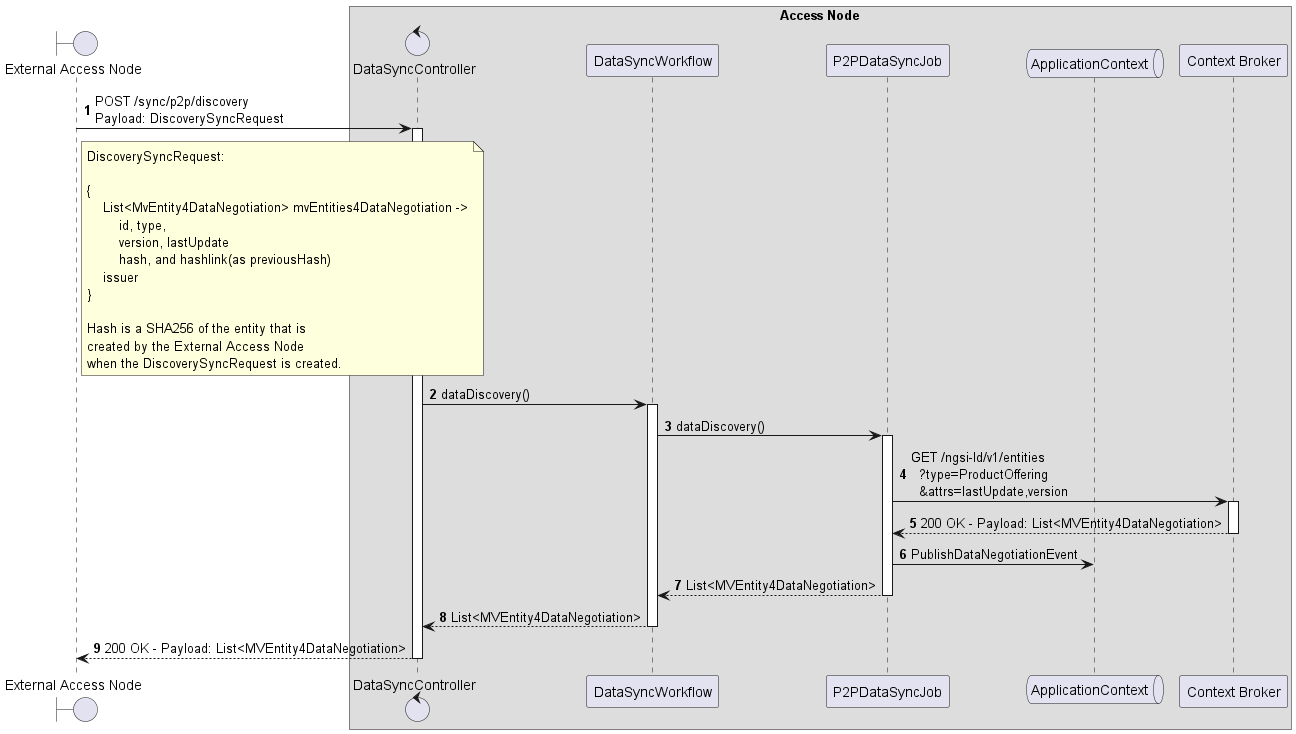
Earlier version of the PlantUML export desmos-tech-doc/images/p2p-sync-discovery-local.png (in2workspace/in2-guides). Source of this version:
```plantuml
@startuml


autonumber


boundary "External Access Node" as ean

box "Access Node"

  control "DataSyncController" as data_sync_Controller
  participant "DataSyncWorkflow" as p2p_data_sync_workflow
  participant "P2PDataSyncJob" as p2p_data_sync_job
  queue "ApplicationContext" as ac
  participant "Context Broker" as cb

end box


ean -> data_sync_Controller++: POST /sync/p2p/discovery \nPayload: DiscoverySyncRequest

note right of ean
    DiscoverySyncRequest:

    {
        List<MvEntity4DataNegotiation> mvEntities4DataNegotiation ->
            id, type,
            version, lastUpdate
            hash, and hashlink(as previousHash)
        issuer
    }

    Hash is a SHA256 of the entity that is
    created by the External Access Node
    when the DiscoverySyncRequest is created.
end note

    data_sync_Controller -> p2p_data_sync_workflow++: dataDiscovery()
        p2p_data_sync_workflow -> p2p_data_sync_job++: dataDiscovery()
            p2p_data_sync_job -> cb++: GET /ngsi-ld/v1/entities\n  ?type=ProductOffering\n  &attrs=lastUpdate,version
            return 200 OK - Payload: List<MVEntity4DataNegotiation>
            p2p_data_sync_job -> ac: PublishDataNegotiationEvent
        return List<MVEntity4DataNegotiation>
    return List<MVEntity4DataNegotiation>
return 200 OK - Payload: List<MVEntity4DataNegotiation>

@enduml
```
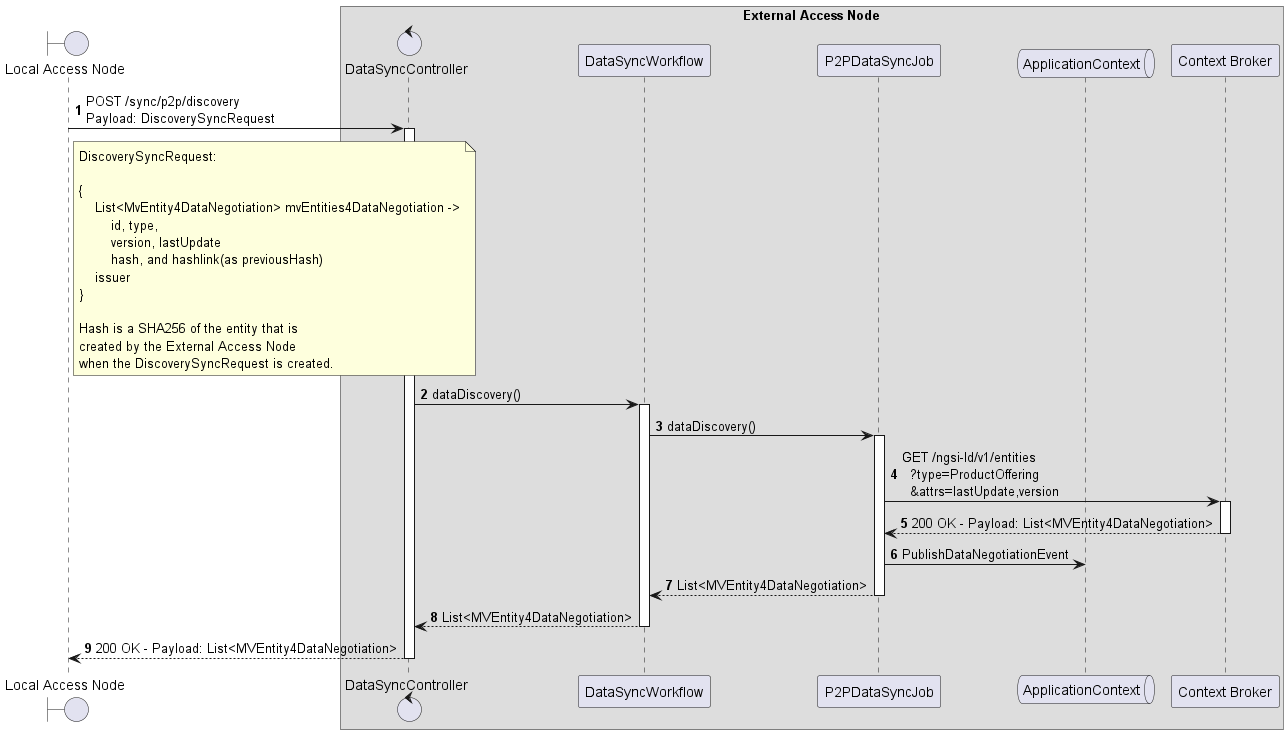
Later version of the same file.

Commit message:
fix(data-syncronization): update external and local

The edit, as a diff of the source:
```diff
@@ -4,9 +4,9 @@
 autonumber
 
 
-boundary "External Access Node" as ean
+boundary "Local Access Node" as lan
 
-box "Access Node"
+box "External Access Node"
 
   control "DataSyncController" as data_sync_Controller
   participant "DataSyncWorkflow" as p2p_data_sync_workflow
@@ -17,9 +17,9 @@
 end box
 
 
-ean -> data_sync_Controller++: POST /sync/p2p/discovery \nPayload: DiscoverySyncRequest
+lan -> data_sync_Controller++: POST /sync/p2p/discovery \nPayload: DiscoverySyncRequest
 
-note right of ean
+note right of lan
     DiscoverySyncRequest:
 
     {
```
